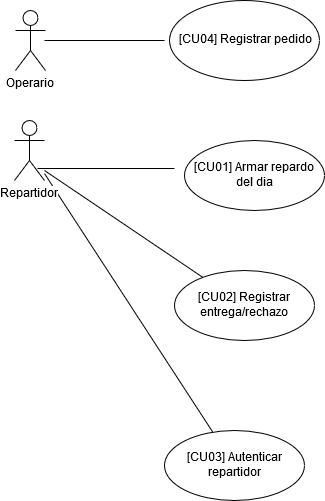
Above: Documentación/Análisis/Diagrama CU.PNG in matiascc/proyectoDACS (draw.io), before the change. Source tidied: cells renumbered, new cells last; positions are measured from the earlier drawing's top-left corner, leaving out a move shared by most shapes.
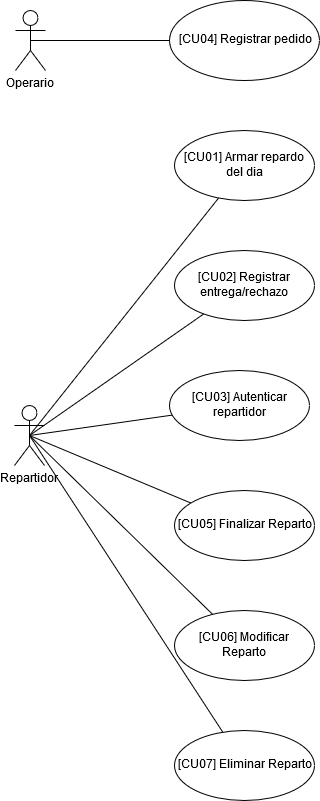
The same diagram one commit later.

What changed in the source:
```diff
@@ -2,42 +2,53 @@
   <root>
     <mxCell id="0" />
     <mxCell id="1" parent="0" />
-    <mxCell id="2" style="edgeStyle=none;rounded=0;jettySize=auto;html=1;endArrow=none;endFill=0;" parent="1" edge="1" target="6">
-      <mxGeometry relative="1" as="geometry">
-        <mxPoint x="30" y="170" as="sourcePoint" />
-      </mxGeometry>
+    <mxCell id="2" style="edgeStyle=none;rounded=0;jettySize=auto;html=1;endArrow=none;endFill=0;exitX=0.5;exitY=0.5;exitDx=0;exitDy=0;exitPerimeter=0;" parent="1" edge="1" source="4" target="6">
+      <mxGeometry relative="1" as="geometry" />
     </mxCell>
-    <mxCell id="3" style="edgeStyle=none;rounded=0;jettySize=auto;html=1;endArrow=none;endFill=0;" parent="1" edge="1" source="4" target="7">
+    <mxCell id="3" style="edgeStyle=none;rounded=0;jettySize=auto;html=1;endArrow=none;endFill=0;exitX=0.5;exitY=0.5;exitDx=0;exitDy=0;exitPerimeter=0;" parent="1" edge="1" source="4" target="7">
       <mxGeometry relative="1" as="geometry" />
     </mxCell>
     <mxCell id="4" value="&lt;div&gt;Repartidor&lt;/div&gt;" style="shape=umlActor;verticalLabelPosition=bottom;labelBackgroundColor=#ffffff;verticalAlign=top;html=1;" parent="1" vertex="1">
-      <mxGeometry y="120" width="30" height="60" as="geometry" />
+      <mxGeometry y="415" width="30" height="60" as="geometry" />
     </mxCell>
     <mxCell id="5" value="[CU01] Armar repardo del dia" style="ellipse;whiteSpace=wrap;html=1;" parent="1" vertex="1">
-      <mxGeometry x="170" y="140" width="140" height="70" as="geometry" />
+      <mxGeometry x="160" y="140" width="140" height="70" as="geometry" />
     </mxCell>
     <mxCell id="6" value="[CU02] Registrar entrega/rechazo" style="ellipse;whiteSpace=wrap;html=1;" parent="1" vertex="1">
-      <mxGeometry x="160" y="270" width="140" height="70" as="geometry" />
+      <mxGeometry x="160" y="260" width="140" height="70" as="geometry" />
     </mxCell>
     <mxCell id="7" value="[CU03] Autenticar repartidor" style="ellipse;whiteSpace=wrap;html=1;" parent="1" vertex="1">
-      <mxGeometry x="150" y="430" width="140" height="70" as="geometry" />
+      <mxGeometry x="155" y="380" width="140" height="70" as="geometry" />
     </mxCell>
-    <mxCell id="8" style="endArrow=none;html=1;exitX=0.767;exitY=0.8;exitDx=0;exitDy=0;exitPerimeter=0;" parent="1" edge="1" source="4">
-      <mxGeometry relative="1" as="geometry">
-        <mxPoint x="160" y="168" as="targetPoint" />
-      </mxGeometry>
+    <mxCell id="8" style="endArrow=none;html=1;exitX=0.5;exitY=0.5;exitDx=0;exitDy=0;exitPerimeter=0;" parent="1" edge="1" source="4" target="5">
+      <mxGeometry relative="1" as="geometry" />
     </mxCell>
     <mxCell id="9" value="[CU04] Registrar pedido" style="ellipse;whiteSpace=wrap;html=1;" parent="1" vertex="1">
-      <mxGeometry x="155" width="150" height="80" as="geometry" />
+      <mxGeometry x="155" y="10" width="150" height="80" as="geometry" />
     </mxCell>
     <mxCell id="10" value="Operario" style="shape=umlActor;verticalLabelPosition=bottom;labelBackgroundColor=#ffffff;verticalAlign=top;html=1;outlineConnect=0;" parent="1" vertex="1">
-      <mxGeometry x="1" y="10" width="30" height="60" as="geometry" />
+      <mxGeometry x="1" y="20" width="30" height="60" as="geometry" />
     </mxCell>
-    <mxCell id="11" style="endArrow=none;html=1;" parent="1" edge="1">
-      <mxGeometry relative="1" as="geometry">
-        <mxPoint x="150" y="40" as="sourcePoint" />
-        <mxPoint x="30" y="40" as="targetPoint" />
-      </mxGeometry>
+    <mxCell id="11" style="endArrow=none;html=1;entryX=0.5;entryY=0.5;entryDx=0;entryDy=0;entryPerimeter=0;" parent="1" edge="1" source="9" target="10">
+      <mxGeometry relative="1" as="geometry" />
     </mxCell>
+    <mxCell id="12" value="[CU05] Finalizar Reparto" style="ellipse;whiteSpace=wrap;html=1;" parent="1" vertex="1">
+      <mxGeometry x="160" y="500" width="140" height="70" as="geometry" />
+    </mxCell>
+    <mxCell id="13" value="[CU06] Modificar Reparto" style="ellipse;whiteSpace=wrap;html=1;" parent="1" vertex="1">
+      <mxGeometry x="160" y="620" width="140" height="70" as="geometry" />
+    </mxCell>
+    <mxCell id="14" value="[CU07] Eliminar Reparto" style="ellipse;whiteSpace=wrap;html=1;" parent="1" vertex="1">
+      <mxGeometry x="160" y="740" width="140" height="70" as="geometry" />
+    </mxCell>
+    <mxCell id="15" style="endArrow=none;html=1;exitX=0.5;exitY=0.5;exitDx=0;exitDy=0;exitPerimeter=0;" parent="1" edge="1" source="4" target="12">
+      <mxGeometry relative="1" as="geometry" />
+    </mxCell>
+    <mxCell id="16" style="endArrow=none;html=1;exitX=0.5;exitY=0.5;exitDx=0;exitDy=0;exitPerimeter=0;" parent="1" edge="1" source="4" target="13">
+      <mxGeometry relative="1" as="geometry" />
+    </mxCell>
+    <mxCell id="17" style="endArrow=none;html=1;exitX=0.5;exitY=0.5;exitDx=0;exitDy=0;exitPerimeter=0;" parent="1" edge="1" source="4" target="14">
+      <mxGeometry relative="1" as="geometry" />
+    </mxCell>
   </root>
 </mxGraphModel>
```
